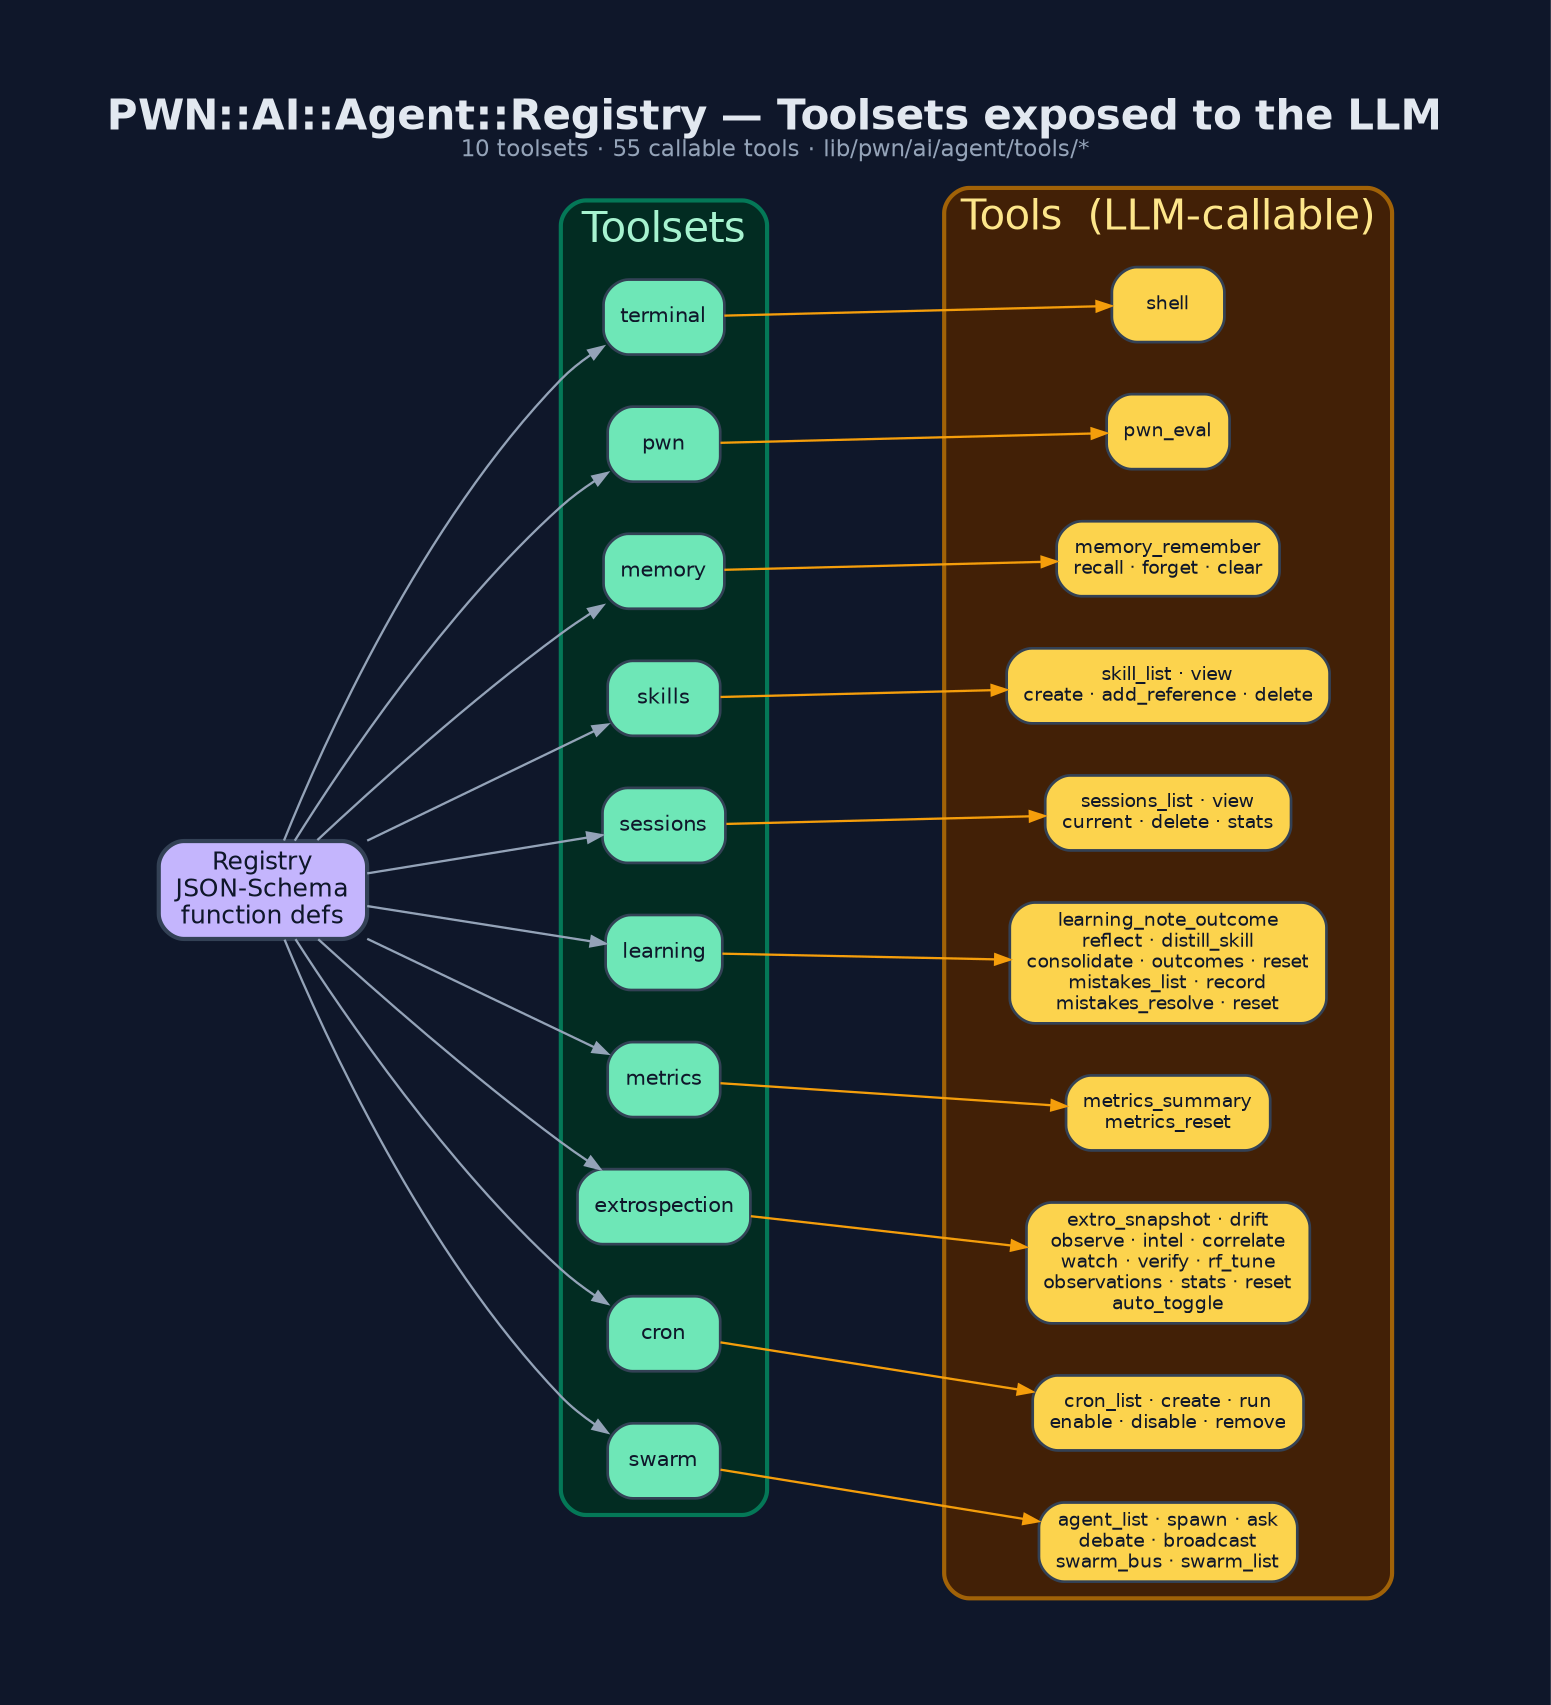
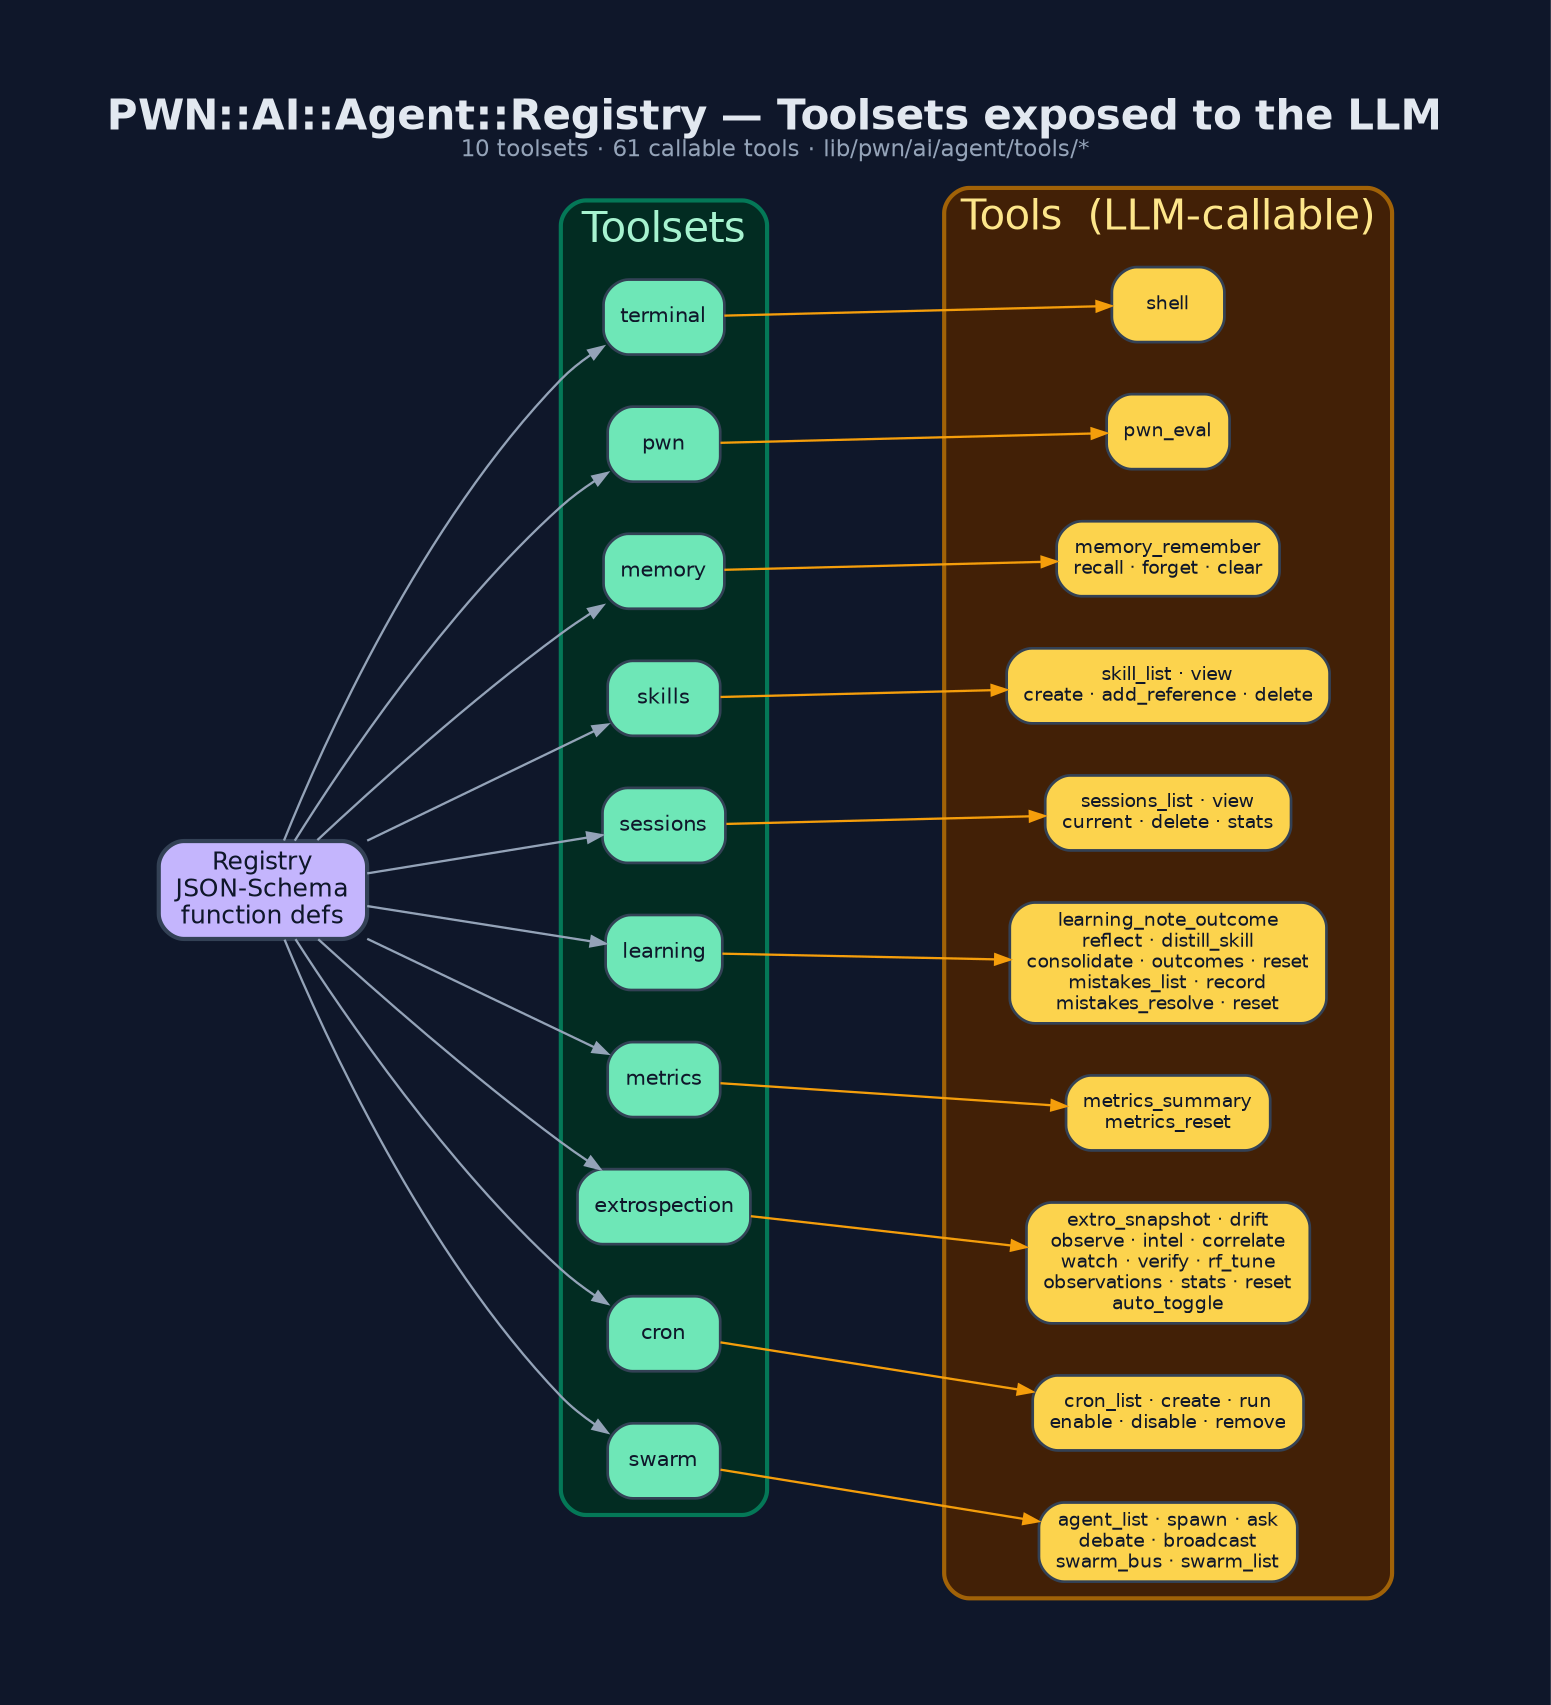
digraph "PWN_Agent_Tool_Registry" {
  graph [
-     label=<<B>PWN::AI::Agent::Registry — Toolsets exposed to the LLM</B><BR/><FONT POINT-SIZE="11" COLOR="#94a3b8">10 toolsets · 55 callable tools · lib/pwn/ai/agent/tools/*</FONT>>,
+     label=<<B>PWN::AI::Agent::Registry — Toolsets exposed to the LLM</B><BR/><FONT POINT-SIZE="11" COLOR="#94a3b8">10 toolsets · 61 callable tools · lib/pwn/ai/agent/tools/*</FONT>>,
    labelloc=t, fontsize=20, fontname="Helvetica",
    rankdir=LR, splines=spline, nodesep=0.35, ranksep=1.4,
    bgcolor="#0f172a", fontcolor="#e2e8f0", pad=0.6, newrank=true
  ];
  node [fontname="Helvetica", fontsize=10, style="filled,rounded",
        shape=box, penwidth=1.3, color="#334155", fontcolor="#0f172a"];
  edge [color="#94a3b8", penwidth=1.1, arrowsize=0.7];

  Registry [label="Registry\nJSON-Schema\nfunction defs", fillcolor="#c4b5fd", fontsize=12, penwidth=2];

  subgraph cluster_ts {
    label="Toolsets"; fontcolor="#a7f3d0"; style=rounded;
    color="#047857"; bgcolor="#022c22"; penwidth=2;
    terminal [label="terminal", fillcolor="#6ee7b7"];
    pwn      [label="pwn",      fillcolor="#6ee7b7"];
    memory   [label="memory",   fillcolor="#6ee7b7"];
    skills   [label="skills",   fillcolor="#6ee7b7"];
    sessions [label="sessions", fillcolor="#6ee7b7"];
    learning [label="learning", fillcolor="#6ee7b7"];
    metrics  [label="metrics",  fillcolor="#6ee7b7"];
    extro    [label="extrospection", fillcolor="#6ee7b7"];
    cron     [label="cron",     fillcolor="#6ee7b7"];
    swarm    [label="swarm",    fillcolor="#6ee7b7"];
  }

  subgraph cluster_tools {
    label="Tools  (LLM-callable)"; fontcolor="#fde68a"; style=rounded;
    color="#a16207"; bgcolor="#422006"; penwidth=2;
    node [fillcolor="#fcd34d", fontsize=9];
    t_shell   [label="shell"];
    t_eval    [label="pwn_eval"];
    t_mem     [label="memory_remember\nrecall · forget · clear"];
    t_skill   [label="skill_list · view\ncreate · add_reference · delete"];
    t_sess    [label="sessions_list · view\ncurrent · delete · stats"];
    t_learn   [label="learning_note_outcome\nreflect · distill_skill\nconsolidate · outcomes · reset\nmistakes_list · record\nmistakes_resolve · reset"];
    t_metric  [label="metrics_summary\nmetrics_reset"];
    t_extro   [label="extro_snapshot · drift\nobserve · intel · correlate\nwatch · verify · rf_tune\nobservations · stats · reset\nauto_toggle"];
    t_cron    [label="cron_list · create · run\nenable · disable · remove"];
    t_swarm   [label="agent_list · spawn · ask\ndebate · broadcast\nswarm_bus · swarm_list"];
  }

  Registry -> terminal; Registry -> pwn; Registry -> memory;
  Registry -> skills; Registry -> sessions; Registry -> learning;
  Registry -> metrics; Registry -> extro; Registry -> cron; Registry -> swarm;

  terminal -> t_shell  [color="#f59e0b"];
  pwn      -> t_eval   [color="#f59e0b"];
  memory   -> t_mem    [color="#f59e0b"];
  skills   -> t_skill  [color="#f59e0b"];
  sessions -> t_sess   [color="#f59e0b"];
  learning -> t_learn  [color="#f59e0b"];
  metrics  -> t_metric [color="#f59e0b"];
  extro    -> t_extro  [color="#f59e0b"];
  cron     -> t_cron   [color="#f59e0b"];
  swarm    -> t_swarm  [color="#f59e0b"];
}
